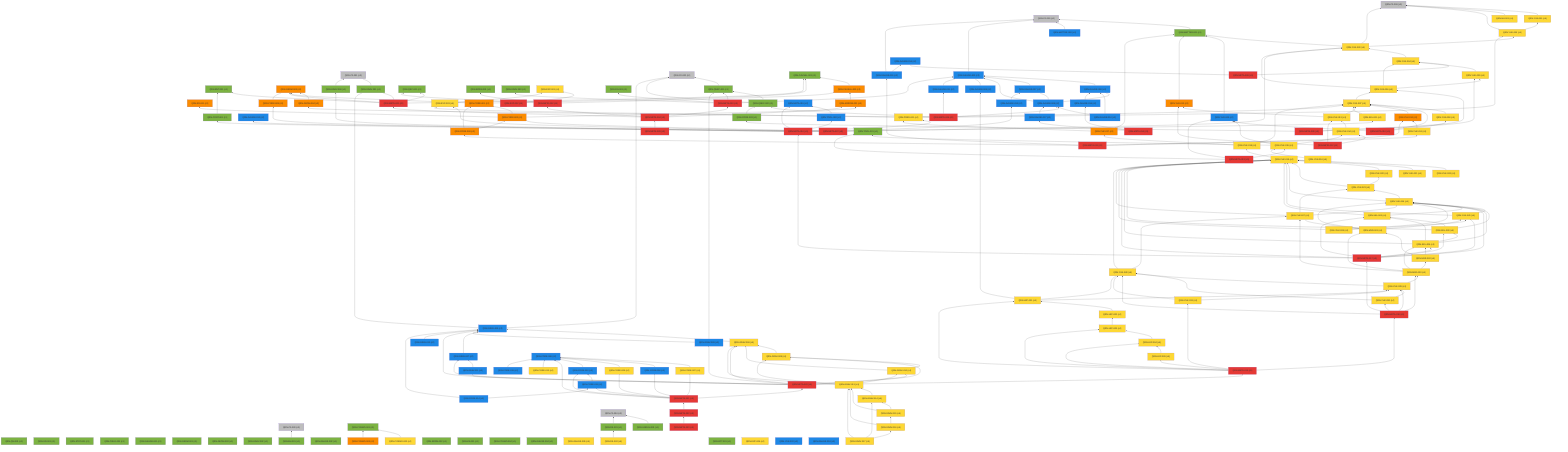
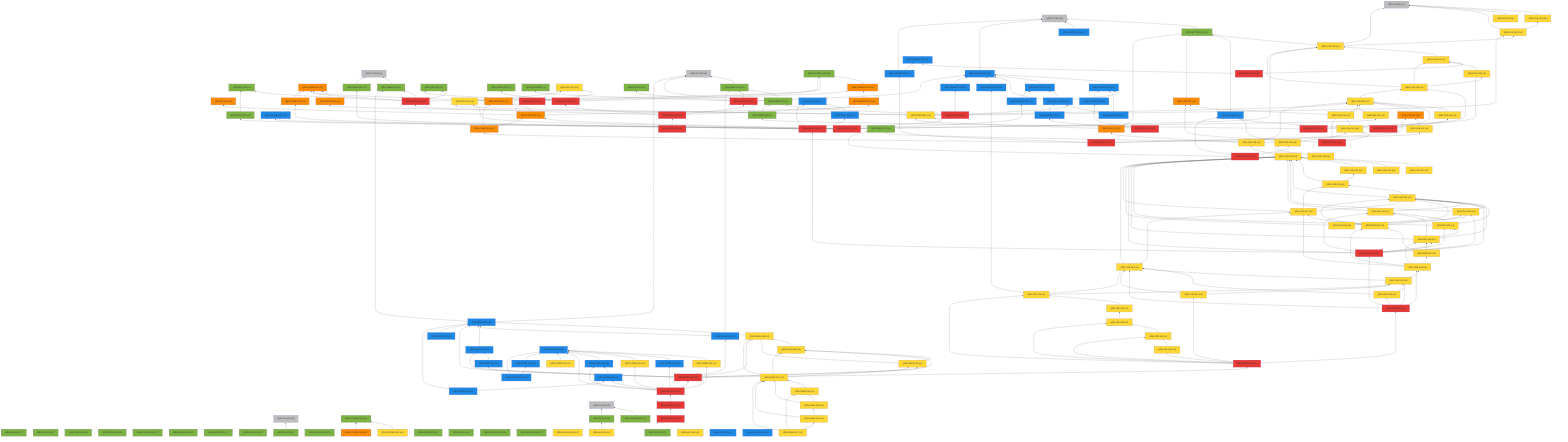
%% 自動生成 (dag/report.pl) — QRN 主張依存グラフ
graph BT
  QRN_C0_001["QRN-C0-001 (c0)"]:::c0
  QRN_C0_002["QRN-C0-002 (c0)"]:::c0
  QRN_C0_003["QRN-C0-003 (c0)"]:::c0
  QRN_C0_004["QRN-C0-004 (c0)"]:::c0
  QRN_C0_005["QRN-C0-005 (c0)"]:::c0
  QRN_C0_006["QRN-C0-006 (c0)"]:::c0
  QRN_QM_001["QRN-QM-001 (c1)"]:::c1
  QRN_GR_001["QRN-GR-001 (c1)"]:::c1
  QRN_STAT_001["QRN-STAT-001 (c1)"]:::c1
  QRN_FIELD_001["QRN-FIELD-001 (c1)"]:::c1
  QRN_GAUGE_001["QRN-GAUGE-001 (c1)"]:::c1
  QRN_ENT_001["QRN-ENT-001 (c1)"]:::c1
  QRN_GEOM_001["QRN-GEOM-001 (c1)"]:::c1
  QRN_GEOM_002["QRN-GEOM-002 (c1)"]:::c1
  QRN_GEOM_003["QRN-GEOM-003 (c3)"]:::c3
  QRN_GRAV_001["QRN-GRAV-001 (c1)"]:::c1
  QRN_GRAV_002["QRN-GRAV-002 (c1)"]:::c1
  QRN_BH_001["QRN-BH-001 (c1)"]:::c1
  QRN_CAUSAL_001["QRN-CAUSAL-001 (c1)"]:::c1
  QRN_CAUSAL_002["QRN-CAUSAL-002 (c3)"]:::c3
  QRN_ER_001["QRN-ER-001 (c3)"]:::c3
  QRN_QEC_001["QRN-QEC-001 (c1)"]:::c1
  QRN_GAUGE_002["QRN-GAUGE-002 (c1)"]:::c1
  QRN_COSMO_001["QRN-COSMO-001 (c1)"]:::c1
  QRN_COSMO_002["QRN-COSMO-002 (c4)"]:::c4
  QRN_COSMO_003["QRN-COSMO-003 (c3)"]:::c3
  QRN_BORN_001["QRN-BORN-001 (c1)"]:::c1
  QRN_BORN_002["QRN-BORN-002 (c1)"]:::c1
  QRN_GRAV_003["QRN-GRAV-003 (c1)"]:::c1
  QRN_KK_001["QRN-KK-001 (c1)"]:::c1
  QRN_MATTER_001["QRN-MATTER-001 (c1)"]:::c1
  QRN_MATTER_002["QRN-MATTER-002 (c2)"]:::c2
  QRN_COSMO_004["QRN-COSMO-004 (c1)"]:::c1
  QRN_EXP_001["QRN-EXP-001 (c4)"]:::c4
  QRN_GAUGE_003["QRN-GAUGE-003 (c2)"]:::c2
  QRN_GAUGE_004["QRN-GAUGE-004 (c1)"]:::c1
  QRN_GAUGE_005["QRN-GAUGE-005 (c4)"]:::c4
  QRN_YUK_001["QRN-YUK-001 (c4)"]:::c4
  QRN_RG_001["QRN-RG-001 (c1)"]:::c1
  QRN_UNRUH_001["QRN-UNRUH-001 (c1)"]:::c1
  QRN_QNEC_001["QRN-QNEC-001 (c1)"]:::c1
  QRN_NU_001["QRN-NU-001 (c4)"]:::c4
  QRN_GAUGE_006["QRN-GAUGE-006 (c2)"]:::c2
  QRN_DS_001["QRN-DS-001 (c1)"]:::c1
  QRN_DS_002["QRN-DS-002 (c4)"]:::c4
  QRN_ARROW_001["QRN-ARROW-001 (c3)"]:::c3
  QRN_GAUGE_007["QRN-GAUGE-007 (c2)"]:::c2
  QRN_EFT_001["QRN-EFT-001 (c1)"]:::c1
  QRN_GAUGE_008["QRN-GAUGE-008 (c2)"]:::c2
  QRN_GAUGE_009["QRN-GAUGE-009 (c2)"]:::c2
  QRN_GAUGE_010["QRN-GAUGE-010 (c2)"]:::c2
  QRN_QNEC_002["QRN-QNEC-002 (c1)"]:::c1
  QRN_GEOM_004["QRN-GEOM-004 (c3)"]:::c3
  QRN_YUK_002["QRN-YUK-002 (c4)"]:::c4
  QRN_EXP_002["QRN-EXP-002 (c5)"]:::c5
  QRN_CORE_001["QRN-CORE-001 (c3)"]:::c3
  QRN_GAUGE_011["QRN-GAUGE-011 (c2)"]:::c2
  QRN_GAUGE_012["QRN-GAUGE-012 (c2)"]:::c2
  QRN_YUK_003["QRN-YUK-003 (c4)"]:::c4
  QRN_EXP_003["QRN-EXP-003 (c4)"]:::c4
  QRN_CORE_002["QRN-CORE-002 (c3)"]:::c3
  QRN_GAUGE_013["QRN-GAUGE-013 (c2)"]:::c2
  QRN_YUK_004["QRN-YUK-004 (c4)"]:::c4
  QRN_GAUGE_014["QRN-GAUGE-014 (c2)"]:::c2
  QRN_META_001["QRN-META-001 (c5)"]:::c5
  QRN_META_002["QRN-META-002 (c5)"]:::c5
  QRN_META_003["QRN-META-003 (c5)"]:::c5
  QRN_META_004["QRN-META-004 (c5)"]:::c5
  QRN_META_005["QRN-META-005 (c5)"]:::c5
  QRN_META_006["QRN-META-006 (c5)"]:::c5
  QRN_META_007["QRN-META-007 (c5)"]:::c5
  QRN_META_008["QRN-META-008 (c5)"]:::c5
  QRN_YUK_005["QRN-YUK-005 (c4)"]:::c4
  QRN_YUK_006["QRN-YUK-006 (c4)"]:::c4
  QRN_CORE_003["QRN-CORE-003 (c1)"]:::c1
  QRN_META_009["QRN-META-009 (c5)"]:::c5
  QRN_YUK_007["QRN-YUK-007 (c4)"]:::c4
  QRN_YUK_008["QRN-YUK-008 (c4)"]:::c4
  QRN_YUK_009["QRN-YUK-009 (c2)"]:::c2
  QRN_META_010["QRN-META-010 (c5)"]:::c5
  QRN_GAUGE_015["QRN-GAUGE-015 (c2)"]:::c2
  QRN_YUK_010["QRN-YUK-010 (c3)"]:::c3
  QRN_YUK_011["QRN-YUK-011 (c4)"]:::c4
  QRN_CORE_004["QRN-CORE-004 (c3)"]:::c3
  QRN_META_011["QRN-META-011 (c5)"]:::c5
  QRN_YUK_012["QRN-YUK-012 (c3)"]:::c3
  QRN_YUK_013["QRN-YUK-013 (c4)"]:::c4
  QRN_YUK_014["QRN-YUK-014 (c4)"]:::c4
  QRN_META_012["QRN-META-012 (c5)"]:::c5
  QRN_TOOL_001["QRN-TOOL-001 (c1)"]:::c1
  QRN_YUK_015["QRN-YUK-015 (c4)"]:::c4
  QRN_META_013["QRN-META-013 (c5)"]:::c5
  QRN_GAUGE_016["QRN-GAUGE-016 (c2)"]:::c2
  QRN_GAUGE_017["QRN-GAUGE-017 (c2)"]:::c2
  QRN_META_014["QRN-META-014 (c5)"]:::c5
  QRN_META_015["QRN-META-015 (c2)"]:::c2
  QRN_TOOL_002["QRN-TOOL-002 (c2)"]:::c2
  QRN_CORE_005["QRN-CORE-005 (c3)"]:::c3
  QRN_CONT_001["QRN-CONT-001 (c1)"]:::c1
  QRN_SEL_001["QRN-SEL-001 (c4)"]:::c4
  QRN_GRAV_004["QRN-GRAV-004 (c1)"]:::c1
  QRN_PRED_001["QRN-PRED-001 (c4)"]:::c4
  QRN_META_016["QRN-META-016 (c5)"]:::c5
  QRN_YUK_016["QRN-YUK-016 (c4)"]:::c4
  QRN_YUK_017["QRN-YUK-017 (c3)"]:::c3
  QRN_YUK_018["QRN-YUK-018 (c4)"]:::c4
  QRN_YUK_019["QRN-YUK-019 (c4)"]:::c4
  QRN_YUK_020["QRN-YUK-020 (c4)"]:::c4
  QRN_YUK_021["QRN-YUK-021 (c4)"]:::c4
  QRN_YUK_022["QRN-YUK-022 (c4)"]:::c4
  QRN_YUK_023["QRN-YUK-023 (c4)"]:::c4
  QRN_YUK_024["QRN-YUK-024 (c4)"]:::c4
  QRN_YUK_025["QRN-YUK-025 (c4)"]:::c4
  QRN_SEL_002["QRN-SEL-002 (c4)"]:::c4
  QRN_SEL_003["QRN-SEL-003 (c4)"]:::c4
  QRN_SEL_004["QRN-SEL-004 (c4)"]:::c4
  QRN_META_017["QRN-META-017 (c5)"]:::c5
  QRN_YUK_026["QRN-YUK-026 (c4)"]:::c4
  QRN_YUK_027["QRN-YUK-027 (c4)"]:::c4
  QRN_MSR_001["QRN-MSR-001 (c4)"]:::c4
  QRN_MSR_002["QRN-MSR-002 (c4)"]:::c4
  QRN_MSR_003["QRN-MSR-003 (c4)"]:::c4
  QRN_YUK_028["QRN-YUK-028 (c4)"]:::c4
  QRN_YUK_029["QRN-YUK-029 (c4)"]:::c4
  QRN_YUK_030["QRN-YUK-030 (c4)"]:::c4
  QRN_META_018["QRN-META-018 (c5)"]:::c5
  QRN_YUK_031["QRN-YUK-031 (c4)"]:::c4
  QRN_LEP_001["QRN-LEP-001 (c4)"]:::c4
  QRN_LEP_002["QRN-LEP-002 (c4)"]:::c4
  QRN_LEP_003["QRN-LEP-003 (c4)"]:::c4
  QRN_LEP_004["QRN-LEP-004 (c4)"]:::c4
  QRN_LEP_005["QRN-LEP-005 (c4)"]:::c4
  QRN_META_019["QRN-META-019 (c5)"]:::c5
  QRN_GRAV_005["QRN-GRAV-005 (c2)"]:::c2
  QRN_GRAV_006["QRN-GRAV-006 (c4)"]:::c4
  QRN_GRAV_007["QRN-GRAV-007 (c2)"]:::c2
  QRN_GRAV_008["QRN-GRAV-008 (c4)"]:::c4
  QRN_GRAV_009["QRN-GRAV-009 (c2)"]:::c2
  QRN_GRAV_010["QRN-GRAV-010 (c4)"]:::c4
  QRN_GRAV_011["QRN-GRAV-011 (c2)"]:::c2
  QRN_META_020["QRN-META-020 (c5)"]:::c5
  QRN_CORE_006["QRN-CORE-006 (c2)"]:::c2
  QRN_CORE_007["QRN-CORE-007 (c4)"]:::c4
  QRN_CORE_008["QRN-CORE-008 (c2)"]:::c2
  QRN_CORE_009["QRN-CORE-009 (c4)"]:::c4
  QRN_CORE_010["QRN-CORE-010 (c2)"]:::c2
  QRN_CORE_011["QRN-CORE-011 (c2)"]:::c2
  QRN_META_021["QRN-META-021 (c5)"]:::c5
  QRN_CORE_012["QRN-CORE-012 (c4)"]:::c4
  QRN_EXP_004["QRN-EXP-004 (c4)"]:::c4
  QRN_CORE_013["QRN-CORE-013 (c2)"]:::c2
  QRN_GRAV_012["QRN-GRAV-012 (c2)"]:::c2
  QRN_YUK_032["QRN-YUK-032 (c2)"]:::c2
  QRN_GAUGE_018["QRN-GAUGE-018 (c2)"]:::c2
  QRN_META_022["QRN-META-022 (c5)"]:::c5
  QRN_META_023["QRN-META-023 (c5)"]:::c5
  QRN_CORE_014["QRN-CORE-014 (c2)"]:::c2
  QRN_GRAV_013["QRN-GRAV-013 (c4)"]:::c4
  QRN_GRAV_014["QRN-GRAV-014 (c4)"]:::c4
  QRN_GRAV_015["QRN-GRAV-015 (c4)"]:::c4
  QRN_GRAV_016["QRN-GRAV-016 (c4)"]:::c4
  QRN_GRAV_017["QRN-GRAV-017 (c4)"]:::c4
+   QRN_GAUGE_019["QRN-GAUGE-019 (c2)"]:::c2
  QRN_GRAV_001 --> QRN_C0_001
  QRN_BH_001 --> QRN_C0_003
  QRN_CAUSAL_002 --> QRN_CAUSAL_001
  QRN_COSMO_002 --> QRN_COSMO_001
  QRN_COSMO_003 --> QRN_COSMO_001
  QRN_MATTER_001 --> QRN_C0_005
  QRN_MATTER_002 --> QRN_C0_005
  QRN_GAUGE_003 --> QRN_C0_005
  QRN_YUK_001 --> QRN_C0_006
  QRN_UNRUH_001 --> QRN_C0_004
  QRN_QNEC_001 --> QRN_C0_002
  QRN_NU_001 --> QRN_C0_006
  QRN_GAUGE_006 --> QRN_GAUGE_003
  QRN_DS_001 --> QRN_C0_004
  QRN_DS_002 --> QRN_DS_001
  QRN_ARROW_001 --> QRN_CAUSAL_002
  QRN_GAUGE_007 --> QRN_GAUGE_003
  QRN_GAUGE_008 --> QRN_GAUGE_003
  QRN_GAUGE_008 --> QRN_GAUGE_006
  QRN_GAUGE_008 --> QRN_GAUGE_007
  QRN_GAUGE_009 --> QRN_GAUGE_003
  QRN_GAUGE_010 --> QRN_GAUGE_006
  QRN_GAUGE_010 --> QRN_GAUGE_008
  QRN_QNEC_002 --> QRN_C0_002
  QRN_QNEC_002 --> QRN_QNEC_001
  QRN_GEOM_004 --> QRN_GEOM_003
  QRN_YUK_002 --> QRN_C0_006
  QRN_YUK_002 --> QRN_YUK_001
  QRN_EXP_002 --> QRN_EXP_001
  QRN_CORE_001 --> QRN_GEOM_003
  QRN_CORE_001 --> QRN_CAUSAL_001
  QRN_GAUGE_011 --> QRN_GAUGE_003
  QRN_YUK_003 --> QRN_C0_006
  QRN_YUK_003 --> QRN_MATTER_001
  QRN_YUK_003 --> QRN_YUK_002
  QRN_EXP_003 --> QRN_EXP_001
  QRN_CORE_002 --> QRN_CORE_001
  QRN_CORE_002 --> QRN_ER_001
  QRN_CORE_002 --> QRN_ARROW_001
  QRN_GAUGE_013 --> QRN_GAUGE_007
  QRN_YUK_004 --> QRN_YUK_003
  QRN_META_001 --> QRN_GEOM_003
  QRN_META_001 --> QRN_GRAV_001
  QRN_META_001 --> QRN_CAUSAL_001
  QRN_META_001 --> QRN_QEC_001
  QRN_META_001 --> QRN_ENT_001
  QRN_META_002 --> QRN_QEC_001
  QRN_META_002 --> QRN_BORN_001
  QRN_META_002 --> QRN_CAUSAL_002
  QRN_META_003 --> QRN_GAUGE_003
  QRN_META_003 --> QRN_RG_001
  QRN_META_003 --> QRN_QNEC_001
  QRN_META_003 --> QRN_GRAV_003
  QRN_META_004 --> QRN_META_001
  QRN_META_004 --> QRN_META_002
  QRN_META_004 --> QRN_META_003
  QRN_META_004 --> QRN_ARROW_001
  QRN_META_005 --> QRN_META_004
  QRN_META_006 --> QRN_GAUGE_008
  QRN_META_006 --> QRN_QNEC_002
  QRN_META_006 --> QRN_GEOM_004
  QRN_META_006 --> QRN_YUK_002
  QRN_META_006 --> QRN_GAUGE_011
  QRN_META_007 --> QRN_GAUGE_012
  QRN_META_007 --> QRN_YUK_003
  QRN_META_007 --> QRN_EXP_003
  QRN_META_007 --> QRN_CORE_002
  QRN_META_007 --> QRN_GAUGE_013
  QRN_META_008 --> QRN_YUK_004
  QRN_META_008 --> QRN_GAUGE_014
  QRN_YUK_005 --> QRN_YUK_004
  QRN_YUK_006 --> QRN_YUK_003
  QRN_YUK_006 --> QRN_YUK_004
  QRN_YUK_006 --> QRN_YUK_005
  QRN_CORE_003 --> QRN_QNEC_002
  QRN_META_009 --> QRN_YUK_005
  QRN_META_009 --> QRN_YUK_006
  QRN_META_009 --> QRN_CORE_003
  QRN_YUK_007 --> QRN_YUK_006
  QRN_YUK_008 --> QRN_YUK_007
  QRN_YUK_009 --> QRN_MATTER_001
  QRN_META_010 --> QRN_YUK_007
  QRN_META_010 --> QRN_YUK_008
  QRN_META_010 --> QRN_YUK_009
  QRN_GAUGE_015 --> QRN_C0_005
  QRN_GAUGE_015 --> QRN_GAUGE_014
  QRN_YUK_010 --> QRN_YUK_007
  QRN_YUK_011 --> QRN_YUK_010
  QRN_CORE_004 --> QRN_CORE_001
  QRN_CORE_004 --> QRN_CORE_002
  QRN_META_011 --> QRN_GAUGE_015
  QRN_META_011 --> QRN_YUK_010
  QRN_META_011 --> QRN_YUK_011
  QRN_META_011 --> QRN_CORE_004
  QRN_YUK_012 --> QRN_MATTER_001
  QRN_YUK_013 --> QRN_YUK_012
  QRN_YUK_013 --> QRN_YUK_007
  QRN_YUK_014 --> QRN_YUK_013
  QRN_META_012 --> QRN_YUK_012
  QRN_META_012 --> QRN_YUK_013
  QRN_META_012 --> QRN_YUK_014
  QRN_YUK_015 --> QRN_YUK_014
  QRN_YUK_015 --> QRN_TOOL_001
  QRN_YUK_015 --> QRN_YUK_009
  QRN_META_013 --> QRN_YUK_015
  QRN_META_013 --> QRN_TOOL_001
  QRN_META_013 --> QRN_YUK_009
  QRN_GAUGE_016 --> QRN_GAUGE_006
  QRN_GAUGE_017 --> QRN_GAUGE_008
  QRN_META_014 --> QRN_GAUGE_016
  QRN_META_014 --> QRN_GAUGE_017
  QRN_TOOL_002 --> QRN_META_015
  QRN_CORE_005 --> QRN_GEOM_003
  QRN_CONT_001 --> QRN_ENT_001
  QRN_SEL_001 --> QRN_YUK_007
  QRN_GRAV_004 --> QRN_C0_001
  QRN_PRED_001 --> QRN_YUK_007
  QRN_PRED_001 --> QRN_EXP_003
  QRN_META_016 --> QRN_META_015
  QRN_META_016 --> QRN_TOOL_002
  QRN_META_016 --> QRN_CORE_005
  QRN_META_016 --> QRN_CONT_001
  QRN_META_016 --> QRN_SEL_001
  QRN_META_016 --> QRN_GRAV_004
  QRN_META_016 --> QRN_PRED_001
  QRN_YUK_016 --> QRN_YUK_015
  QRN_YUK_017 --> QRN_MATTER_001
  QRN_YUK_017 --> QRN_PRED_001
  QRN_YUK_018 --> QRN_YUK_017
  QRN_YUK_018 --> QRN_YUK_007
  QRN_YUK_019 --> QRN_YUK_018
  QRN_YUK_020 --> QRN_YUK_019
  QRN_YUK_021 --> QRN_YUK_019
  QRN_YUK_022 --> QRN_YUK_019
  QRN_YUK_023 --> QRN_YUK_019
  QRN_YUK_023 --> QRN_YUK_022
  QRN_YUK_024 --> QRN_YUK_019
  QRN_YUK_024 --> QRN_YUK_023
  QRN_YUK_025 --> QRN_YUK_019
  QRN_YUK_025 --> QRN_YUK_024
  QRN_SEL_002 --> QRN_YUK_019
  QRN_SEL_002 --> QRN_YUK_024
  QRN_SEL_003 --> QRN_YUK_019
  QRN_SEL_003 --> QRN_YUK_024
  QRN_SEL_003 --> QRN_SEL_002
  QRN_SEL_004 --> QRN_YUK_019
  QRN_SEL_004 --> QRN_YUK_024
  QRN_SEL_004 --> QRN_SEL_002
  QRN_SEL_004 --> QRN_SEL_003
  QRN_META_017 --> QRN_META_016
  QRN_META_017 --> QRN_YUK_019
  QRN_META_017 --> QRN_YUK_024
  QRN_META_017 --> QRN_YUK_025
  QRN_META_017 --> QRN_SEL_002
  QRN_META_017 --> QRN_SEL_003
  QRN_META_017 --> QRN_SEL_004
  QRN_YUK_026 --> QRN_YUK_019
  QRN_YUK_026 --> QRN_YUK_024
  QRN_YUK_026 --> QRN_YUK_025
  QRN_YUK_027 --> QRN_YUK_019
  QRN_YUK_027 --> QRN_YUK_023
  QRN_YUK_027 --> QRN_YUK_024
  QRN_MSR_001 --> QRN_YUK_024
  QRN_MSR_001 --> QRN_YUK_025
  QRN_MSR_001 --> QRN_YUK_027
  QRN_MSR_002 --> QRN_SEL_004
  QRN_MSR_002 --> QRN_MSR_001
  QRN_MSR_003 --> QRN_MSR_001
  QRN_MSR_003 --> QRN_MSR_002
  QRN_MSR_003 --> QRN_SEL_004
  QRN_MSR_003 --> QRN_YUK_027
  QRN_YUK_028 --> QRN_YUK_019
  QRN_YUK_028 --> QRN_YUK_027
  QRN_YUK_029 --> QRN_YUK_028
  QRN_YUK_029 --> QRN_MSR_003
  QRN_YUK_030 --> QRN_YUK_028
  QRN_YUK_030 --> QRN_YUK_029
  QRN_META_018 --> QRN_META_017
  QRN_META_018 --> QRN_MSR_003
  QRN_META_018 --> QRN_YUK_028
  QRN_META_018 --> QRN_YUK_029
  QRN_META_018 --> QRN_YUK_030
  QRN_YUK_031 --> QRN_YUK_028
  QRN_YUK_031 --> QRN_YUK_029
  QRN_LEP_001 --> QRN_YUK_028
  QRN_LEP_001 --> QRN_YUK_029
  QRN_LEP_001 --> QRN_GAUGE_009
  QRN_LEP_002 --> QRN_LEP_001
  QRN_LEP_003 --> QRN_LEP_002
  QRN_LEP_004 --> QRN_LEP_003
  QRN_LEP_005 --> QRN_LEP_004
  QRN_META_019 --> QRN_META_018
  QRN_META_019 --> QRN_YUK_031
  QRN_META_019 --> QRN_LEP_001
  QRN_META_019 --> QRN_LEP_003
  QRN_META_019 --> QRN_LEP_004
  QRN_META_019 --> QRN_LEP_005
  QRN_GRAV_005 --> QRN_C0_002
  QRN_GRAV_005 --> QRN_GRAV_001
  QRN_GRAV_006 --> QRN_GRAV_005
  QRN_GRAV_007 --> QRN_GRAV_005
  QRN_GRAV_008 --> QRN_GRAV_006
  QRN_GRAV_009 --> QRN_GRAV_005
  QRN_GRAV_009 --> QRN_QNEC_001
  QRN_GRAV_010 --> QRN_GRAV_006
  QRN_GRAV_010 --> QRN_GRAV_008
  QRN_GRAV_011 --> QRN_GRAV_007
  QRN_META_020 --> QRN_META_019
  QRN_META_020 --> QRN_GRAV_005
  QRN_META_020 --> QRN_GRAV_006
  QRN_META_020 --> QRN_GRAV_007
  QRN_META_020 --> QRN_GRAV_008
  QRN_META_020 --> QRN_GRAV_009
  QRN_META_020 --> QRN_GRAV_010
  QRN_META_020 --> QRN_GRAV_011
  QRN_CORE_007 --> QRN_CORE_006
  QRN_CORE_008 --> QRN_CORE_006
  QRN_CORE_009 --> QRN_CORE_006
  QRN_CORE_010 --> QRN_CORE_006
  QRN_CORE_011 --> QRN_CORE_010
  QRN_META_021 --> QRN_META_020
  QRN_META_021 --> QRN_CORE_006
  QRN_META_021 --> QRN_CORE_007
  QRN_META_021 --> QRN_CORE_008
  QRN_META_021 --> QRN_CORE_009
  QRN_META_021 --> QRN_CORE_010
  QRN_META_021 --> QRN_CORE_011
  QRN_CORE_012 --> QRN_CORE_006
  QRN_CORE_013 --> QRN_CORE_006
  QRN_GRAV_012 --> QRN_GRAV_005
  QRN_META_022 --> QRN_META_021
  QRN_META_023 --> QRN_META_022
  QRN_CORE_014 --> QRN_CORE_011
  QRN_CORE_014 --> QRN_GRAV_005
  QRN_GRAV_013 --> QRN_GRAV_006
  QRN_GRAV_013 --> QRN_GRAV_008
  QRN_GRAV_013 --> QRN_GRAV_010
  QRN_GRAV_014 --> QRN_GRAV_013
  QRN_GRAV_015 --> QRN_GRAV_013
  QRN_GRAV_015 --> QRN_GRAV_014
  QRN_GRAV_016 --> QRN_GRAV_013
  QRN_GRAV_016 --> QRN_GRAV_015
  QRN_GRAV_017 --> QRN_GRAV_013
  QRN_GRAV_017 --> QRN_GRAV_014
  QRN_GRAV_017 --> QRN_GRAV_016
+   QRN_GAUGE_019 --> QRN_CORE_006
+   QRN_GAUGE_019 --> QRN_CORE_013
  classDef c0 fill:#bdbdbd
  classDef c1 fill:#7cb342
  classDef c2 fill:#1e88e5
  classDef c3 fill:#fb8c00
  classDef c4 fill:#fdd835
  classDef c5 fill:#e53935
